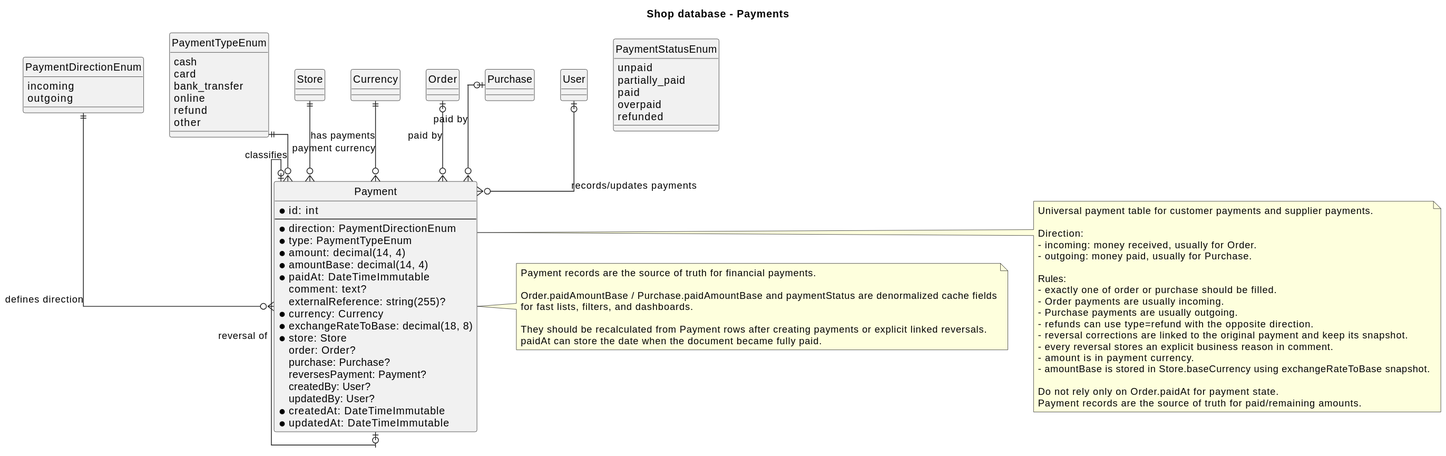
Above: src/Uml/database/07_Payments.svg in Tolik1794/shop (PlantUML), before the change. Source of this version:
```plantuml
@startuml
title Shop database - Payments

!include ./_common.puml

enum PaymentDirectionEnum {
    incoming
    outgoing
}

enum PaymentTypeEnum {
    cash
    card
    bank_transfer
    online
    refund
    other
}

enum PaymentStatusEnum {
    unpaid
    partially_paid
    paid
    overpaid
    refunded
}

entity Payment {
    * id: int
    --
    * direction: PaymentDirectionEnum
    * type: PaymentTypeEnum
    * amount: decimal(14, 4)
    * amountBase: decimal(14, 4)
    * paidAt: DateTimeImmutable
    comment: text?
    externalReference: string(255)?
    * currency: Currency
    * exchangeRateToBase: decimal(18, 8)
    * store: Store
    order: Order?
    purchase: Purchase?
    reversesPayment: Payment?
    createdBy: User?
    updatedBy: User?
    * createdAt: DateTimeImmutable
    * updatedAt: DateTimeImmutable
}



Store ||--o{ Payment : has payments
Currency ||--o{ Payment : payment currency
Order |o--o{ Payment : paid by
Purchase |o--o{ Payment : paid by
Payment |o--o| Payment : reversal of
User |o--o{ Payment : records/updates payments
PaymentDirectionEnum ||--o{ Payment : defines direction
PaymentTypeEnum ||--o{ Payment : classifies

note right of Payment
  Universal payment table for customer payments and supplier payments.

  Direction:
  - incoming: money received, usually for Order.
  - outgoing: money paid, usually for Purchase.

  Rules:
  - exactly one of order or purchase should be filled.
  - Order payments are usually incoming.
  - Purchase payments are usually outgoing.
  - refunds can use type=refund with the opposite direction.
  - reversal corrections are linked to the original payment and keep its snapshot.
  - every reversal stores an explicit business reason in comment.
  - amount is in payment currency.
  - amountBase is stored in Store.baseCurrency using exchangeRateToBase snapshot.

  Do not rely only on Order.paidAt for payment state.
  Payment records are the source of truth for paid/remaining amounts.
end note

note right of Payment
  Payment records are the source of truth for financial payments.

  Order.paidAmountBase / Purchase.paidAmountBase and paymentStatus are denormalized cache fields
  for fast lists, filters, and dashboards.

  They should be recalculated from Payment rows after creating payments or explicit linked reversals.
  paidAt can store the date when the document became fully paid.
end note
@enduml
```
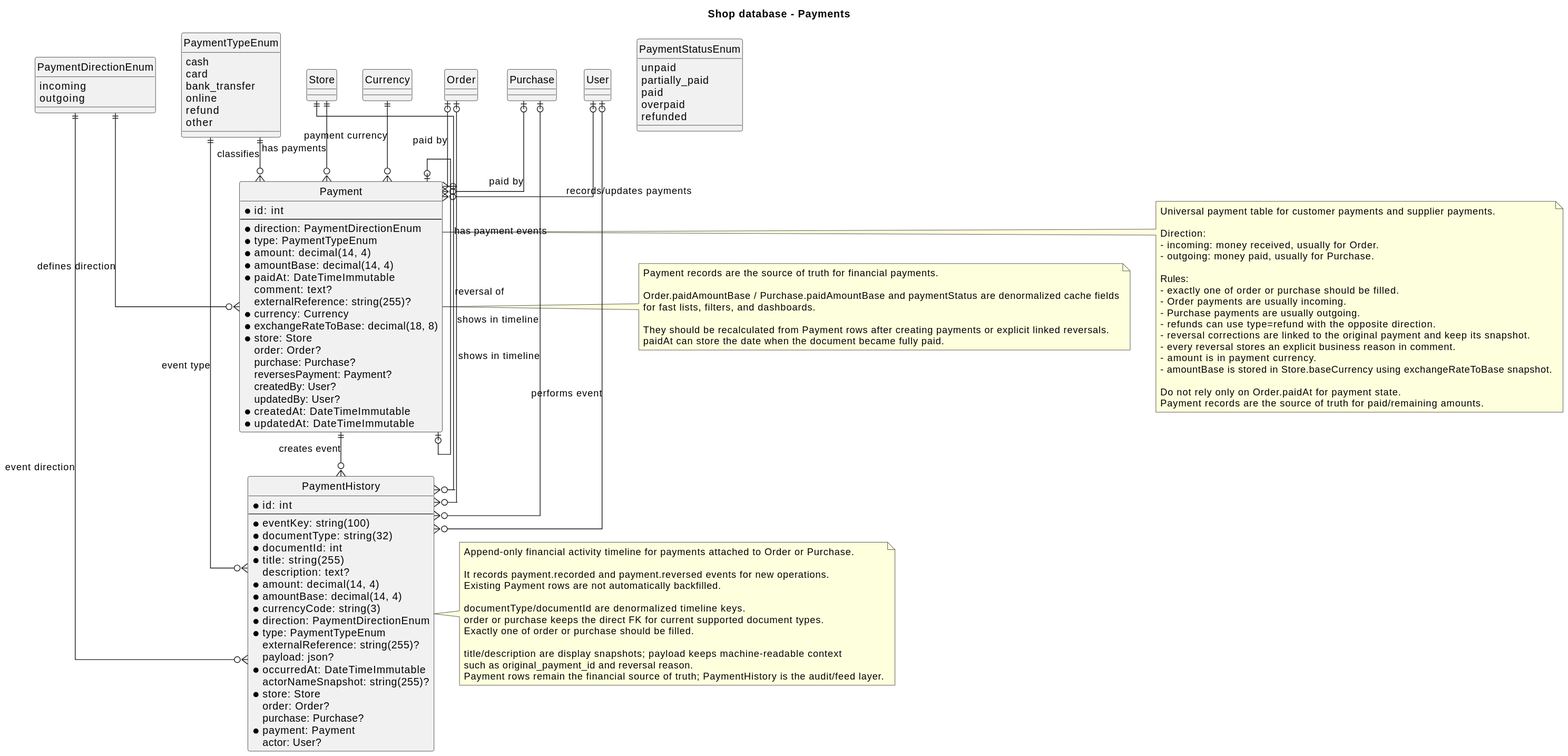
Above is the later version.

Diff of the diagram source:
```diff
@@ -47,6 +47,30 @@
     * updatedAt: DateTimeImmutable
 }
 
+entity PaymentHistory {
+    * id: int
+    --
+    * eventKey: string(100)
+    * documentType: string(32)
+    * documentId: int
+    * title: string(255)
+    description: text?
+    * amount: decimal(14, 4)
+    * amountBase: decimal(14, 4)
+    * currencyCode: string(3)
+    * direction: PaymentDirectionEnum
+    * type: PaymentTypeEnum
+    externalReference: string(255)?
+    payload: json?
+    * occurredAt: DateTimeImmutable
+    actorNameSnapshot: string(255)?
+    * store: Store
+    order: Order?
+    purchase: Purchase?
+    * payment: Payment
+    actor: User?
+}
+
 
 
 Store ||--o{ Payment : has payments
@@ -57,6 +81,13 @@
 User |o--o{ Payment : records/updates payments
 PaymentDirectionEnum ||--o{ Payment : defines direction
 PaymentTypeEnum ||--o{ Payment : classifies
+Store ||--o{ PaymentHistory : has payment events
+Order |o--o{ PaymentHistory : shows in timeline
+Purchase |o--o{ PaymentHistory : shows in timeline
+Payment ||--o{ PaymentHistory : creates event
+User |o--o{ PaymentHistory : performs event
+PaymentDirectionEnum ||--o{ PaymentHistory : event direction
+PaymentTypeEnum ||--o{ PaymentHistory : event type
 
 note right of Payment
   Universal payment table for customer payments and supplier payments.
@@ -88,4 +119,19 @@
   They should be recalculated from Payment rows after creating payments or explicit linked reversals.
   paidAt can store the date when the document became fully paid.
 end note
+
+note right of PaymentHistory
+  Append-only financial activity timeline for payments attached to Order or Purchase.
+
+  It records payment.recorded and payment.reversed events for new operations.
+  Existing Payment rows are not automatically backfilled.
+
+  documentType/documentId are denormalized timeline keys.
+  order or purchase keeps the direct FK for current supported document types.
+  Exactly one of order or purchase should be filled.
+
+  title/description are display snapshots; payload keeps machine-readable context
+  such as original_payment_id and reversal reason.
+  Payment rows remain the financial source of truth; PaymentHistory is the audit/feed layer.
+end note
 @enduml
```
